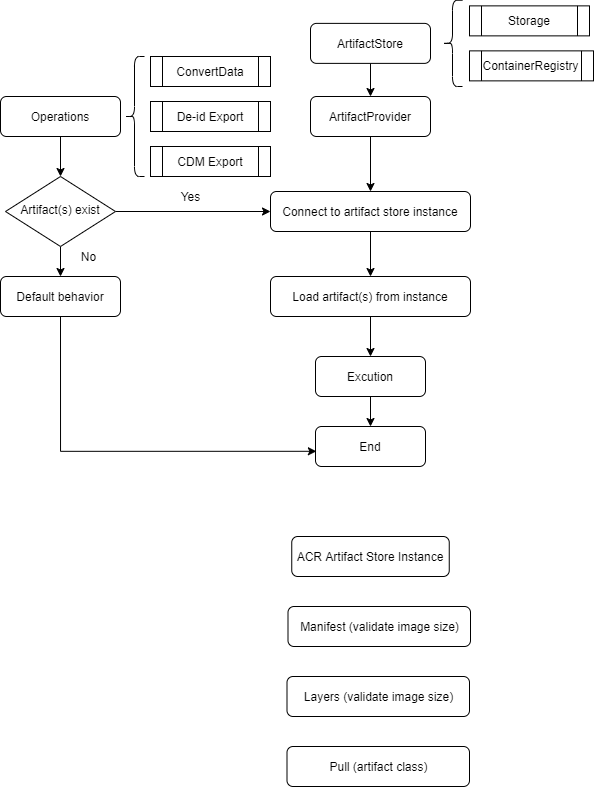
microsoft/fhir-server keeps this draw.io diagram as docs/artifactStore/asserts/flow.png. Above is the earlier version. Source tidied: cells renumbered, new cells last; positions are measured from the earlier drawing's top-left corner, leaving out a move shared by most shapes.
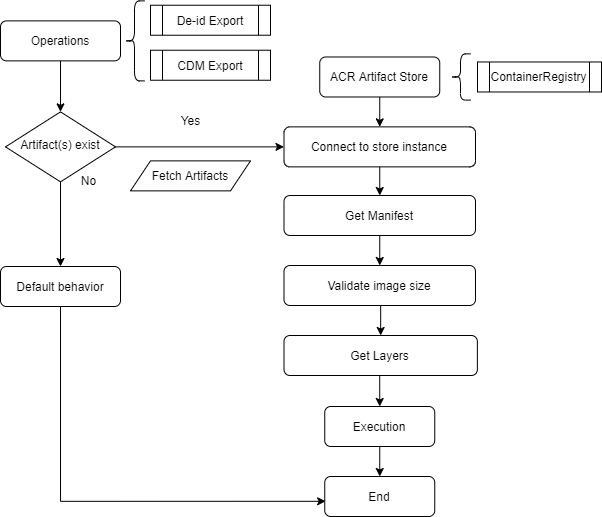
After the change.

Commit message:
Update doc, not mention converter API

Change to the diagram source:
```diff
@@ -6,94 +6,85 @@
       <mxGeometry relative="1" as="geometry" />
     </mxCell>
     <mxCell id="3" value="Operations" style="rounded=1;whiteSpace=wrap;html=1;fontSize=12;glass=0;strokeWidth=1;shadow=0;" parent="1" vertex="1">
-      <mxGeometry y="96" width="120" height="40" as="geometry" />
+      <mxGeometry x="-10" y="70.4" width="120" height="40" as="geometry" />
     </mxCell>
-    <mxCell id="4" style="edgeStyle=orthogonalEdgeStyle;rounded=0;jettySize=auto;html=1;exitX=1;exitY=0.5;exitDx=0;exitDy=0;entryX=0;entryY=0.5;entryDx=0;entryDy=0;" parent="1" edge="1" source="6" target="8">
+    <mxCell id="4" style="edgeStyle=orthogonalEdgeStyle;rounded=0;jettySize=auto;html=1;exitX=1;exitY=0.5;exitDx=0;exitDy=0;entryX=0;entryY=0.5;entryDx=0;entryDy=0;" parent="1" edge="1" source="6" target="29">
       <mxGeometry relative="1" as="geometry" />
     </mxCell>
     <mxCell id="5" style="edgeStyle=orthogonalEdgeStyle;rounded=0;jettySize=auto;html=1;exitX=0.5;exitY=1;exitDx=0;exitDy=0;entryX=0.5;entryY=0;entryDx=0;entryDy=0;" parent="1" edge="1" source="6" target="10">
       <mxGeometry relative="1" as="geometry" />
     </mxCell>
     <mxCell id="6" value="Artifact(s) exist" style="rhombus;whiteSpace=wrap;html=1;shadow=0;fontFamily=Helvetica;fontSize=12;align=center;strokeWidth=1;spacing=6;spacingTop=-4;" parent="1" vertex="1">
-      <mxGeometry x="5" y="176" width="110" height="70" as="geometry" />
+      <mxGeometry x="-5" y="161.4" width="110" height="70" as="geometry" />
     </mxCell>
-    <mxCell id="7" style="edgeStyle=orthogonalEdgeStyle;rounded=0;jettySize=auto;html=1;exitX=0.5;exitY=1;exitDx=0;exitDy=0;entryX=0.5;entryY=0;entryDx=0;entryDy=0;" parent="1" edge="1" source="8" target="23">
-      <mxGeometry relative="1" as="geometry" />
-    </mxCell>
-    <mxCell id="8" value="Connect to artifact store instance" style="rounded=1;whiteSpace=wrap;html=1;fontSize=12;glass=0;strokeWidth=1;shadow=0;" parent="1" vertex="1">
-      <mxGeometry x="270" y="191" width="200" height="40" as="geometry" />
-    </mxCell>
     <mxCell id="9" style="edgeStyle=orthogonalEdgeStyle;rounded=0;jettySize=auto;html=1;exitX=0.5;exitY=1;exitDx=0;exitDy=0;entryX=0.008;entryY=0.62;entryDx=0;entryDy=0;entryPerimeter=0;" parent="1" edge="1" source="10" target="26">
       <mxGeometry relative="1" as="geometry" />
     </mxCell>
     <mxCell id="10" value="Default behavior" style="rounded=1;whiteSpace=wrap;html=1;fontSize=12;glass=0;strokeWidth=1;shadow=0;" parent="1" vertex="1">
-      <mxGeometry y="276" width="120" height="40" as="geometry" />
+      <mxGeometry x="-10" y="316" width="120" height="40" as="geometry" />
     </mxCell>
-    <mxCell id="11" style="edgeStyle=orthogonalEdgeStyle;rounded=0;jettySize=auto;html=1;exitX=0.5;exitY=1;exitDx=0;exitDy=0;" parent="1" edge="1" source="12" target="8">
-      <mxGeometry relative="1" as="geometry" />
-    </mxCell>
-    <mxCell id="12" value="ArtifactProvider" style="rounded=1;whiteSpace=wrap;html=1;fontSize=12;glass=0;strokeWidth=1;shadow=0;" parent="1" vertex="1">
-      <mxGeometry x="310" y="96" width="120" height="40" as="geometry" />
-    </mxCell>
-    <mxCell id="13" value="ConvertData" style="shape=process;whiteSpace=wrap;html=1;backgroundOutline=1;" parent="1" vertex="1">
-      <mxGeometry x="150" y="56" width="120" height="30" as="geometry" />
-    </mxCell>
     <mxCell id="14" value="De-id Export" style="shape=process;whiteSpace=wrap;html=1;backgroundOutline=1;" parent="1" vertex="1">
-      <mxGeometry x="150" y="101" width="120" height="30" as="geometry" />
+      <mxGeometry x="140" y="54.7" width="120" height="30" as="geometry" />
     </mxCell>
     <mxCell id="15" value="CDM Export" style="shape=process;whiteSpace=wrap;html=1;backgroundOutline=1;" parent="1" vertex="1">
-      <mxGeometry x="150" y="146" width="120" height="30" as="geometry" />
+      <mxGeometry x="140" y="99.7" width="120" height="30" as="geometry" />
     </mxCell>
     <mxCell id="16" style="shape=curlyBracket;whiteSpace=wrap;html=1;rounded=1;" parent="1" vertex="1">
-      <mxGeometry x="124" y="56" width="20" height="120" as="geometry" />
+      <mxGeometry x="114" y="50.4" width="20" height="80" as="geometry" />
     </mxCell>
-    <mxCell id="17" value="Storage" style="shape=process;whiteSpace=wrap;html=1;backgroundOutline=1;" parent="1" vertex="1">
-      <mxGeometry x="469" y="5.4" width="120" height="30" as="geometry" />
-    </mxCell>
     <mxCell id="18" value="ContainerRegistry" style="shape=process;whiteSpace=wrap;html=1;backgroundOutline=1;" parent="1" vertex="1">
-      <mxGeometry x="469" y="50.4" width="124" height="30" as="geometry" />
+      <mxGeometry x="467" y="111.5" width="124" height="30" as="geometry" />
     </mxCell>
     <mxCell id="19" style="shape=curlyBracket;whiteSpace=wrap;html=1;rounded=1;" parent="1" vertex="1">
-      <mxGeometry x="442" y="-0.2" width="20" height="86.2" as="geometry" />
+      <mxGeometry x="440" y="103.4" width="20" height="46.2" as="geometry" />
     </mxCell>
     <mxCell id="20" value="Yes" style="text;html=1;align=center;verticalAlign=middle;" parent="1" vertex="1">
-      <mxGeometry x="170" y="186" width="40" height="20" as="geometry" />
+      <mxGeometry x="160" y="160.4" width="40" height="20" as="geometry" />
     </mxCell>
     <mxCell id="21" value="No" style="text;html=1;align=center;verticalAlign=middle;" parent="1" vertex="1">
-      <mxGeometry x="73" y="246" width="30" height="20" as="geometry" />
+      <mxGeometry x="63" y="220.4" width="30" height="20" as="geometry" />
     </mxCell>
-    <mxCell id="22" style="edgeStyle=orthogonalEdgeStyle;rounded=0;jettySize=auto;html=1;exitX=0.5;exitY=1;exitDx=0;exitDy=0;entryX=0.5;entryY=0;entryDx=0;entryDy=0;" parent="1" edge="1" source="23" target="25">
-      <mxGeometry relative="1" as="geometry" />
-    </mxCell>
-    <mxCell id="23" value="Load artifact(s) from instance" style="rounded=1;whiteSpace=wrap;html=1;fontSize=12;glass=0;strokeWidth=1;shadow=0;" parent="1" vertex="1">
-      <mxGeometry x="270" y="276" width="200" height="40" as="geometry" />
-    </mxCell>
     <mxCell id="24" style="edgeStyle=orthogonalEdgeStyle;rounded=0;jettySize=auto;html=1;exitX=0.5;exitY=1;exitDx=0;exitDy=0;entryX=0.5;entryY=0;entryDx=0;entryDy=0;" parent="1" edge="1" source="25" target="26">
       <mxGeometry relative="1" as="geometry" />
     </mxCell>
-    <mxCell id="25" value="Excution" style="rounded=1;whiteSpace=wrap;html=1;fontSize=12;glass=0;strokeWidth=1;shadow=0;" parent="1" vertex="1">
-      <mxGeometry x="315" y="356" width="110" height="40" as="geometry" />
+    <mxCell id="25" value="Execution" style="rounded=1;whiteSpace=wrap;html=1;fontSize=12;glass=0;strokeWidth=1;shadow=0;" parent="1" vertex="1">
+      <mxGeometry x="314.2" y="456" width="110" height="40" as="geometry" />
     </mxCell>
     <mxCell id="26" value="End" style="rounded=1;whiteSpace=wrap;html=1;fontSize=12;glass=0;strokeWidth=1;shadow=0;" parent="1" vertex="1">
-      <mxGeometry x="315" y="426" width="110" height="40" as="geometry" />
+      <mxGeometry x="314.2" y="526" width="110" height="40" as="geometry" />
     </mxCell>
-    <mxCell id="27" style="edgeStyle=orthogonalEdgeStyle;rounded=0;jettySize=auto;html=1;exitX=0.5;exitY=1;exitDx=0;exitDy=0;entryX=0.5;entryY=0;entryDx=0;entryDy=0;" parent="1" edge="1" source="28" target="12">
+    <mxCell id="27" style="edgeStyle=orthogonalEdgeStyle;rounded=0;jettySize=auto;html=1;exitX=0.5;exitY=1;exitDx=0;exitDy=0;entryX=0.5;entryY=0;entryDx=0;entryDy=0;" parent="1" edge="1" source="28" target="29">
       <mxGeometry relative="1" as="geometry" />
     </mxCell>
-    <mxCell id="28" value="ArtifactStore" style="rounded=1;whiteSpace=wrap;html=1;fontSize=12;glass=0;strokeWidth=1;shadow=0;" parent="1" vertex="1">
-      <mxGeometry x="310" y="22.9" width="120" height="40" as="geometry" />
+    <mxCell id="28" value="ACR Artifact Store" style="rounded=1;whiteSpace=wrap;html=1;fontSize=12;glass=0;strokeWidth=1;shadow=0;" parent="1" vertex="1">
+      <mxGeometry x="309.2" y="106.5" width="120" height="40" as="geometry" />
     </mxCell>
+    <mxCell id="33" style="edgeStyle=orthogonalEdgeStyle;rounded=0;jettySize=auto;html=1;exitX=0.5;exitY=1;exitDx=0;exitDy=0;entryX=0.5;entryY=0;entryDx=0;entryDy=0;" parent="1" edge="1" source="29" target="30">
+      <mxGeometry relative="1" as="geometry" />
+    </mxCell>
-    <mxCell id="29" value="ACR Artifact Store Instance" style="rounded=1;whiteSpace=wrap;html=1;fontSize=12;glass=0;strokeWidth=1;shadow=0;" parent="1" vertex="1">
-      <mxGeometry x="291.2" y="536" width="157.5" height="40" as="geometry" />
+    <mxCell id="29" value="Connect to store instance" style="rounded=1;whiteSpace=wrap;html=1;fontSize=12;glass=0;strokeWidth=1;shadow=0;" parent="1" vertex="1">
+      <mxGeometry x="273.5" y="176.4" width="191.5" height="40" as="geometry" />
     </mxCell>
+    <mxCell id="34" style="edgeStyle=orthogonalEdgeStyle;rounded=0;jettySize=auto;html=1;exitX=0.5;exitY=1;exitDx=0;exitDy=0;entryX=0.5;entryY=0;entryDx=0;entryDy=0;" parent="1" edge="1" source="30" target="39">
+      <mxGeometry relative="1" as="geometry" />
+    </mxCell>
-    <mxCell id="30" value="Manifest (validate image size)" style="rounded=1;whiteSpace=wrap;html=1;fontSize=12;glass=0;strokeWidth=1;shadow=0;" parent="1" vertex="1">
-      <mxGeometry x="287.5" y="606" width="182.5" height="40" as="geometry" />
+    <mxCell id="30" value="Get Manifest" style="rounded=1;whiteSpace=wrap;html=1;fontSize=12;glass=0;strokeWidth=1;shadow=0;" parent="1" vertex="1">
+      <mxGeometry x="273.5" y="245" width="191.5" height="40" as="geometry" />
     </mxCell>
-    <mxCell id="31" value="Layers (validate image size)" style="rounded=1;whiteSpace=wrap;html=1;fontSize=12;glass=0;strokeWidth=1;shadow=0;" parent="1" vertex="1">
-      <mxGeometry x="286.5" y="676" width="182.5" height="40" as="geometry" />
-    </mxCell>
-    <mxCell id="32" value="Pull (artifact class)" style="rounded=1;whiteSpace=wrap;html=1;fontSize=12;glass=0;strokeWidth=1;shadow=0;" parent="1" vertex="1">
-      <mxGeometry x="286.5" y="746" width="182.5" height="40" as="geometry" />
-    </mxCell>
+    <mxCell id="35" style="edgeStyle=orthogonalEdgeStyle;rounded=0;jettySize=auto;html=1;exitX=0.5;exitY=1;exitDx=0;exitDy=0;entryX=0.5;entryY=0;entryDx=0;entryDy=0;" parent="1" edge="1" source="36" target="25">
+      <mxGeometry relative="1" as="geometry" />
+    </mxCell>
+    <mxCell id="36" value="Get Layers" style="rounded=1;whiteSpace=wrap;html=1;fontSize=12;glass=0;strokeWidth=1;shadow=0;" parent="1" vertex="1">
+      <mxGeometry x="273.5" y="385" width="193.4" height="40" as="geometry" />
+    </mxCell>
+    <mxCell id="37" value="&lt;span&gt;Fetch Artifacts&lt;/span&gt;" style="shape=parallelogram;perimeter=parallelogramPerimeter;whiteSpace=wrap;html=1;fixedSize=1;" parent="1" vertex="1">
+      <mxGeometry x="120" y="210.4" width="120" height="30" as="geometry" />
+    </mxCell>
+    <mxCell id="38" style="edgeStyle=orthogonalEdgeStyle;rounded=0;jettySize=auto;html=1;exitX=0.5;exitY=1;exitDx=0;exitDy=0;entryX=0.5;entryY=0;entryDx=0;entryDy=0;" parent="1" edge="1" source="39" target="36">
+      <mxGeometry relative="1" as="geometry" />
+    </mxCell>
+    <mxCell id="39" value="Validate image size" style="rounded=1;whiteSpace=wrap;html=1;fontSize=12;glass=0;strokeWidth=1;shadow=0;" parent="1" vertex="1">
+      <mxGeometry x="273.5" y="315" width="191.5" height="40" as="geometry" />
+    </mxCell>
   </root>
 </mxGraphModel>
```
